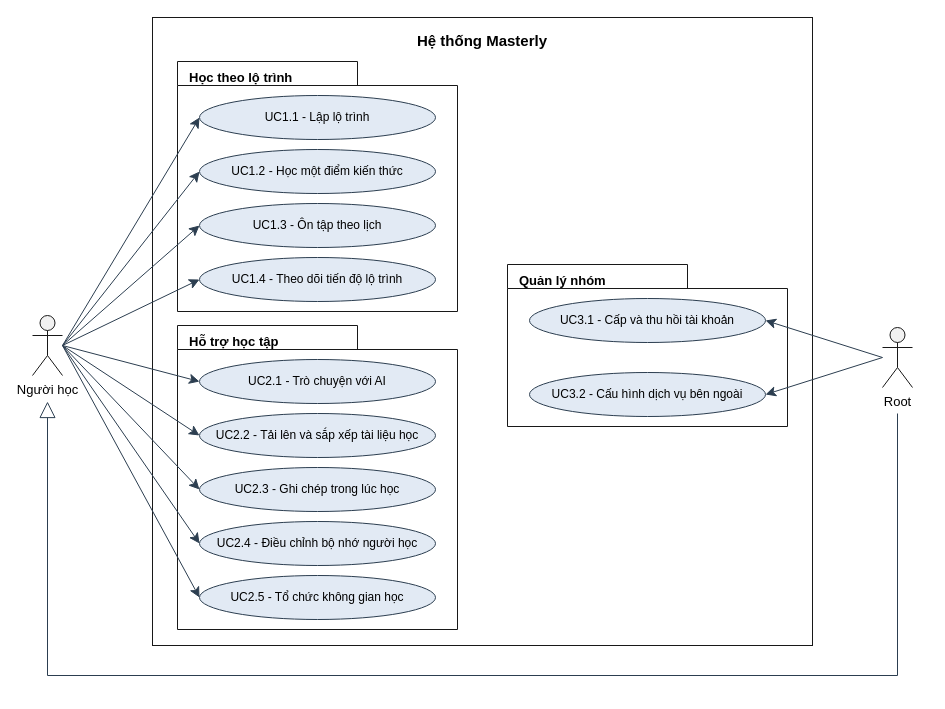
minhhai205/masterly keeps this draw.io diagram as report/images/ca-su-dung-tong-quat.drawio. Above is the earlier version. Source tidied: cells renumbered, new cells numbered last; positions are measured from the earlier drawing's top-left corner, leaving out a move shared by most shapes. Both pictures are drawn from the tidied source at 100%, with x=0, y=0 at pixel (32, 17).
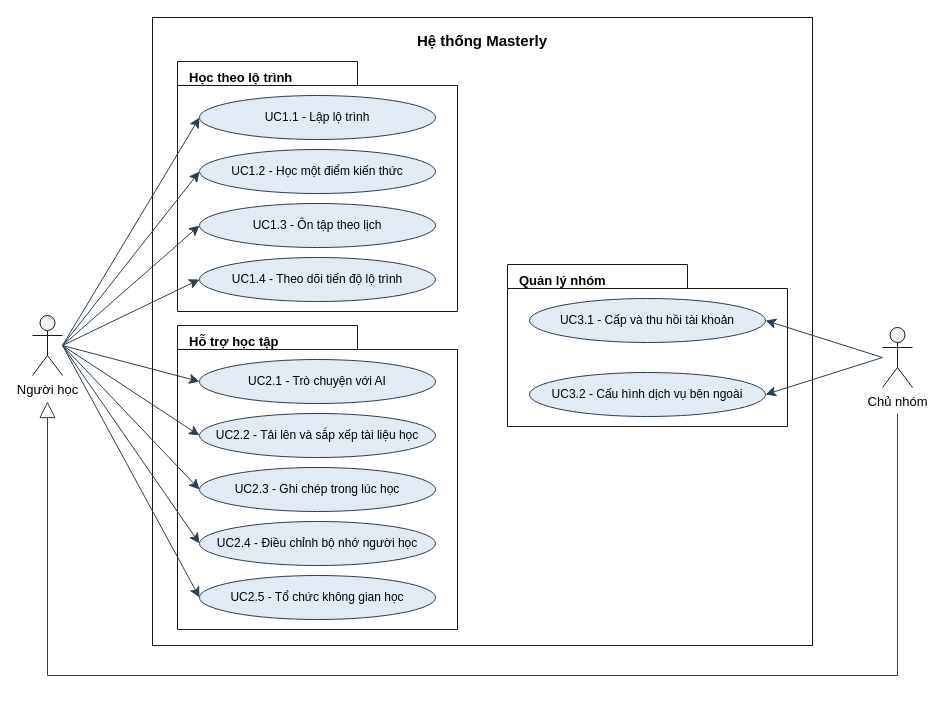
After the change.

Change to the diagram source:
```diff
@@
-    <mxCell id="18" value="Root" style="shape=umlActor;verticalLabelPosition=bottom;verticalAlign=top;html=1;outlineConnect=0;fillColor=#F1F1F1;strokeColor=#181818;fontSize=13;fontFamily=Helvetica;fontColor=#000000;" parent="1" vertex="1">
+    <mxCell id="18" value="Chủ nhóm" style="shape=umlActor;verticalLabelPosition=bottom;verticalAlign=top;html=1;outlineConnect=0;fillColor=#F1F1F1;strokeColor=#181818;fontSize=13;fontFamily=Helvetica;fontColor=#000000;" parent="1" vertex="1">
       <mxGeometry x="850" y="310" width="30" height="60" as="geometry" />
     </mxCell>
```
